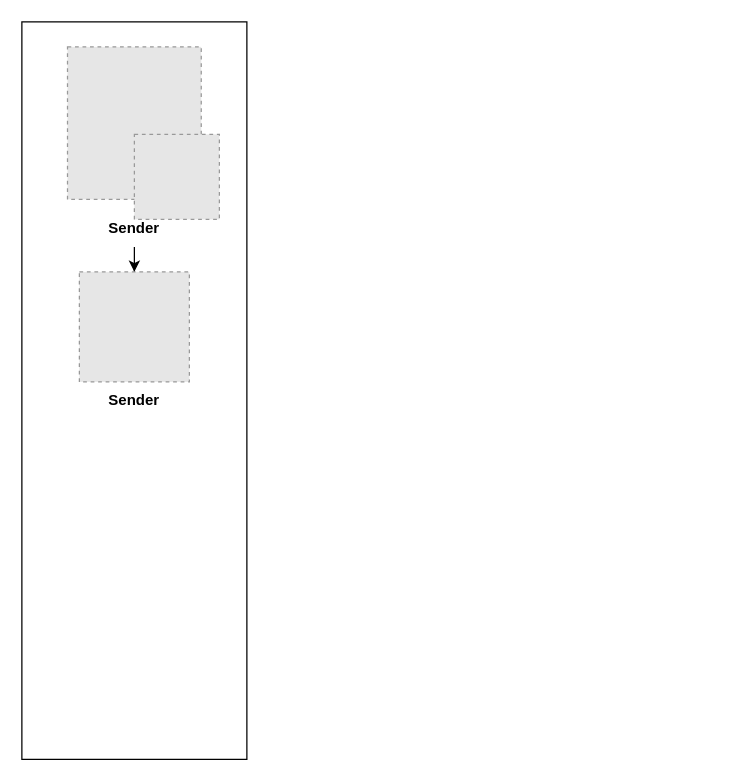
Before: page "Page-2" (2 of 2) of Untitled Diagram Baru.drawio in HaikalE/-JavaScript-Interactive-Photo-Gallery, a draw.io diagram. Source tidied: cells renumbered, new cells numbered last; positions are measured from the earlier drawing's top-left corner, leaving out a move shared by most shapes. Both pictures are drawn from the tidied source at 125%, with x=0, y=0 at pixel (21, 21). Pictures stored in the file or linked from it are replaced by grey dashed boxes.
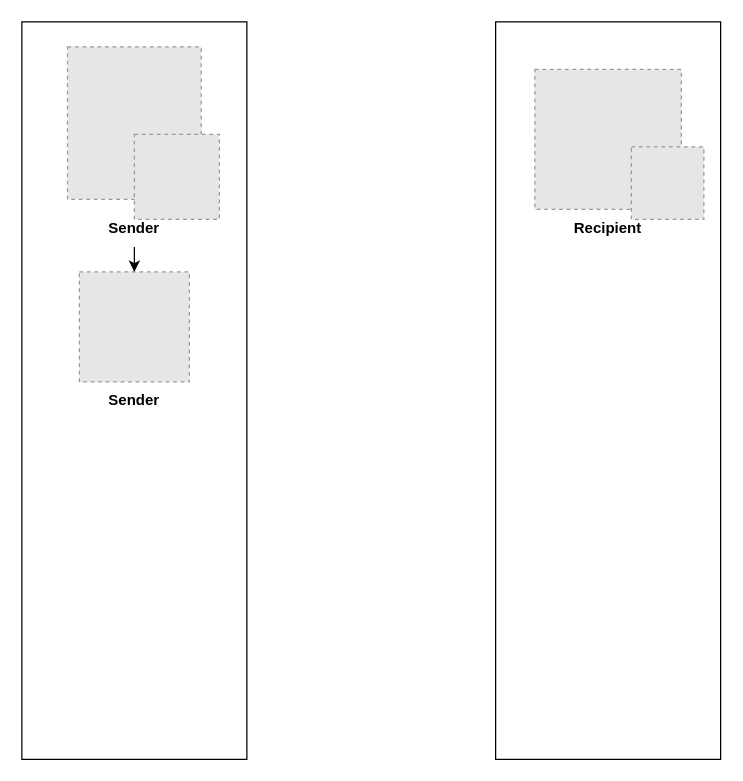
After the change.

Diff of the diagram source:
```diff
@@
 <mxGraphModel>
   <root>
     <mxCell id="0" />
     <mxCell id="1" parent="0" />
     <mxCell id="2" style="rounded=0;whiteSpace=wrap;html=1;" parent="1" vertex="1">
       <mxGeometry width="180" height="590" as="geometry" />
     </mxCell>
     <mxCell id="3" style="fillColor=#E6E6E6;strokeColor=#999999;dashed=1;verticalLabelPosition=bottom;labelBackgroundColor=default;verticalAlign=top;" parent="1" vertex="1">
       <mxGeometry x="36.5" y="20" width="107" height="122" as="geometry" />
     </mxCell>
     <mxCell id="4" style="fillColor=#E6E6E6;strokeColor=#999999;dashed=1;verticalLabelPosition=bottom;labelBackgroundColor=default;verticalAlign=top;" parent="1" vertex="1">
       <mxGeometry x="90" y="90" width="68" height="68" as="geometry" />
     </mxCell>
     <mxCell id="5" style="edgeStyle=orthogonalEdgeStyle;rounded=0;jettySize=auto;html=1;exitX=0.5;exitY=1;exitDx=0;exitDy=0;" parent="1" edge="1" source="6" target="7">
       <mxGeometry relative="1" as="geometry" />
     </mxCell>
     <mxCell id="6" value="Sender" style="text;html=1;align=center;verticalAlign=middle;whiteSpace=wrap;rounded=0;fontStyle=1;" parent="1" vertex="1">
       <mxGeometry x="60" y="150" width="60" height="30" as="geometry" />
     </mxCell>
     <mxCell id="7" style="fillColor=#E6E6E6;strokeColor=#999999;dashed=1;verticalLabelPosition=bottom;labelBackgroundColor=default;verticalAlign=top;" parent="1" vertex="1">
       <mxGeometry x="46" y="200" width="88" height="88" as="geometry" />
     </mxCell>
     <mxCell id="8" value="Sender" style="text;html=1;align=center;verticalAlign=middle;whiteSpace=wrap;rounded=0;fontStyle=1;" parent="1" vertex="1">
       <mxGeometry x="60" y="288" width="60" height="30" as="geometry" />
     </mxCell>
+    <mxCell id="9" style="rounded=0;whiteSpace=wrap;html=1;" parent="1" vertex="1">
+      <mxGeometry x="379" width="180" height="590" as="geometry" />
+    </mxCell>
+    <mxCell id="10" style="fillColor=#E6E6E6;strokeColor=#999999;dashed=1;verticalLabelPosition=bottom;labelBackgroundColor=default;verticalAlign=top;" parent="1" vertex="1">
+      <mxGeometry x="410.4" y="38" width="117.2" height="112" as="geometry" />
+    </mxCell>
+    <mxCell id="11" style="fillColor=#E6E6E6;strokeColor=#999999;dashed=1;verticalLabelPosition=bottom;labelBackgroundColor=default;verticalAlign=top;" parent="1" vertex="1">
+      <mxGeometry x="487.6" y="100" width="58" height="58" as="geometry" />
+    </mxCell>
+    <mxCell id="12" value="Recipient" style="text;html=1;align=center;verticalAlign=middle;whiteSpace=wrap;rounded=0;fontStyle=1;" parent="1" vertex="1">
+      <mxGeometry x="439" y="150" width="60" height="30" as="geometry" />
+    </mxCell>
   </root>
 </mxGraphModel>
```
